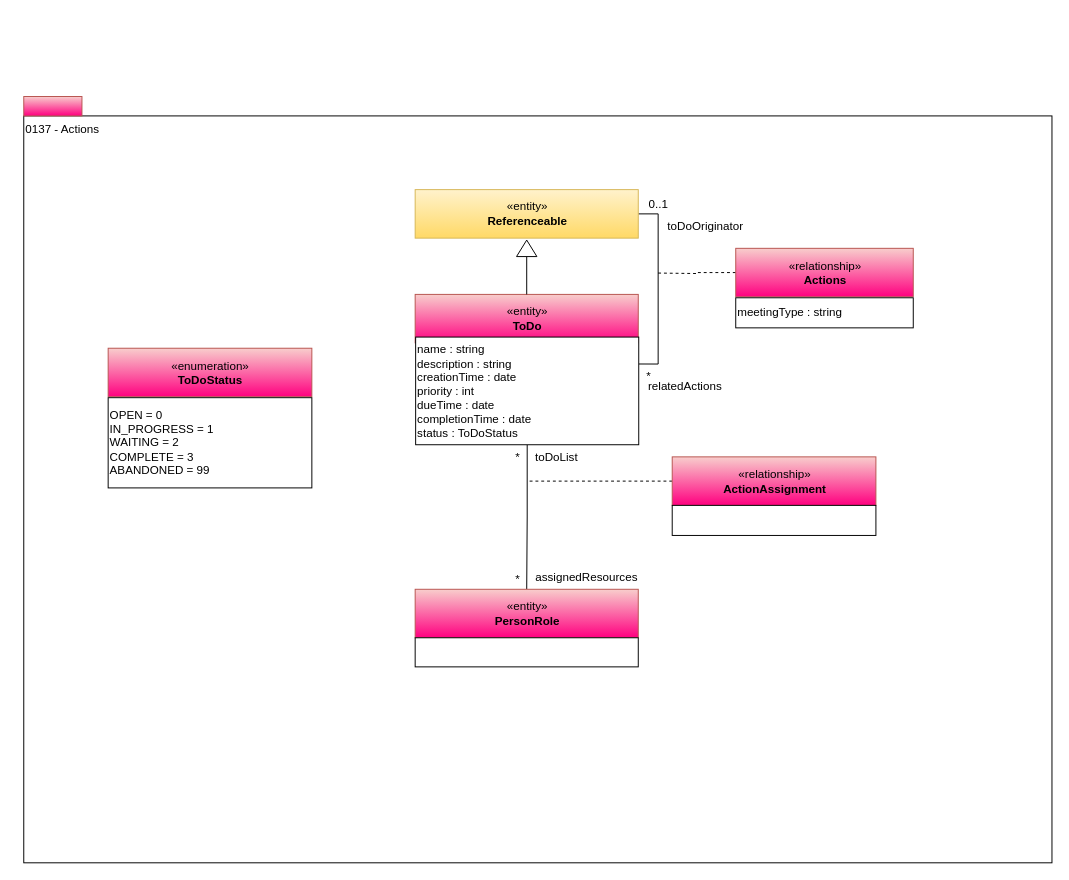
Above: page "0137-Actions" (9 of 13) of open-metadata-publication/website/open-metadata-types/area-1-collaboration.drawio in odpi/egeria (draw.io), before the change. Source tidied: cells renumbered, new cells numbered last; positions are measured from the earlier drawing's top-left corner, leaving out a move shared by most shapes. Both pictures are drawn from the tidied source at 97%, with x=0, y=0 at pixel (23, 96).
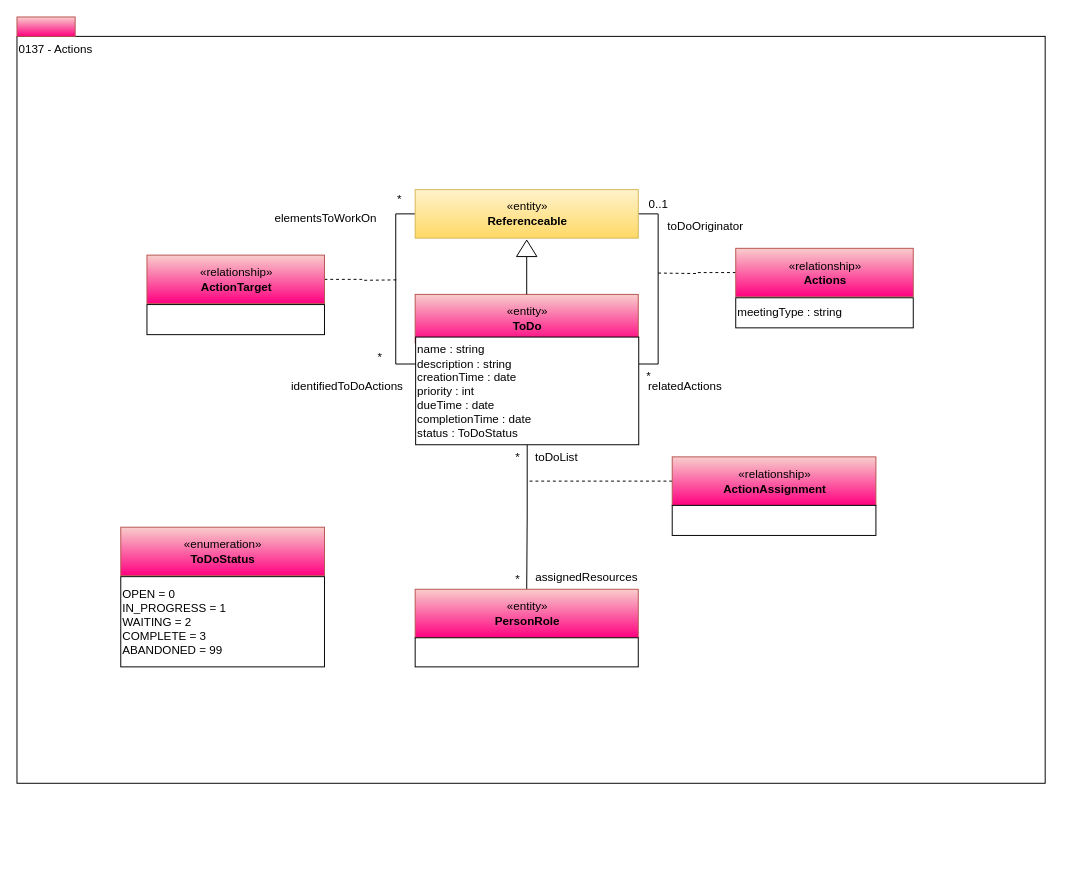
The same diagram, later.

Unchanged cells that the change refers to:
```xml
<mxCell id="7" value="name : string&lt;br&gt;description : string&lt;br&gt;creationTime : date&lt;br&gt;priority : int&lt;br&gt;dueTime : date&lt;br&gt;completionTime : date&lt;br&gt;status : ToDoStatus&lt;br&gt;" style="rounded=0;whiteSpace=wrap;html=1;align=left;" parent="1" vertex="1">
  <mxGeometry x="404" y="248" width="230" height="111" as="geometry" />
</mxCell>
<mxCell id="14" value="«entity»&lt;br&gt;&lt;b&gt;Referenceable&lt;/b&gt;" style="html=1;strokeColor=#d6b656;align=center;fillColor=#fff2cc;gradientColor=#ffd966;" parent="1" vertex="1">
  <mxGeometry x="403.5" y="96" width="230" height="50" as="geometry" />
</mxCell>
```

Diff of the diagram source:
```diff
@@
     <mxCell id="2" value="0137 - Actions" style="rounded=0;whiteSpace=wrap;html=1;align=left;verticalAlign=top;" parent="1" vertex="1">
-      <mxGeometry y="20" width="1060" height="770" as="geometry" />
+      <mxGeometry x="-7" y="-62" width="1060" height="770" as="geometry" />
     </mxCell>
@@
     <mxCell id="4" style="html=1;strokeColor=#b85450;align=center;fillColor=#f8cecc;gradientColor=#FF0080;" parent="1" vertex="1">
-      <mxGeometry width="60" height="20" as="geometry" />
+      <mxGeometry x="-7" y="-82" width="60" height="20" as="geometry" />
     </mxCell>
@@
+    <mxCell id="29" style="edgeStyle=orthogonalEdgeStyle;rounded=0;jettySize=auto;html=1;entryX=0;entryY=0.25;entryDx=0;entryDy=0;endArrow=none;endFill=0;endSize=15;exitX=0;exitY=0.5;exitDx=0;exitDy=0;" parent="1" edge="1" source="14" target="7">
+      <mxGeometry relative="1" as="geometry" />
+    </mxCell>
@@
     <mxCell id="27" value="«enumeration»&lt;br&gt;&lt;span&gt;&lt;b&gt;ToDoStatus&lt;/b&gt;&lt;/span&gt;&lt;br&gt;" style="html=1;strokeColor=#b85450;align=center;fillColor=#f8cecc;gradientColor=#FF0080;" parent="1" vertex="1">
-      <mxGeometry x="87" y="259.5" width="210" height="50" as="geometry" />
+      <mxGeometry x="100" y="444" width="210" height="50" as="geometry" />
     </mxCell>
     <mxCell id="28" value="&lt;div style=&quot;text-align: left&quot;&gt;OPEN = 0&lt;/div&gt;&lt;div style=&quot;text-align: left&quot;&gt;IN_PROGRESS = 1&lt;/div&gt;&lt;div style=&quot;text-align: left&quot;&gt;WAITING = 2&lt;/div&gt;&lt;div style=&quot;text-align: left&quot;&gt;COMPLETE = 3&lt;/div&gt;&lt;div style=&quot;text-align: left&quot;&gt;&lt;span&gt;ABANDONED = 99&lt;/span&gt;&lt;br&gt;&lt;/div&gt;" style="rounded=0;whiteSpace=wrap;html=1;strokeColor=#000000;gradientColor=#ffffff;align=left;" parent="1" vertex="1">
-      <mxGeometry x="87" y="310.5" width="210" height="93" as="geometry" />
+      <mxGeometry x="100" y="495" width="210" height="93" as="geometry" />
     </mxCell>
+    <mxCell id="30" style="edgeStyle=orthogonalEdgeStyle;rounded=0;html=1;exitX=1;exitY=0.5;endArrow=none;endFill=0;jettySize=auto;dashed=1;exitDx=0;exitDy=0;" parent="1" edge="1" source="31">
+      <mxGeometry relative="1" as="geometry">
+        <mxPoint x="387" y="189" as="targetPoint" />
+      </mxGeometry>
+    </mxCell>
+    <mxCell id="31" value="«relationship»&lt;br&gt;&lt;b&gt;ActionTarget&lt;/b&gt;" style="html=1;strokeColor=#b85450;align=center;fillColor=#f8cecc;gradientColor=#FF0080;" parent="1" vertex="1">
+      <mxGeometry x="127" y="163.5" width="183" height="50" as="geometry" />
+    </mxCell>
+    <mxCell id="32" value="*" style="text;html=1;align=center;verticalAlign=top;spacingTop=-4;" parent="1" vertex="1">
+      <mxGeometry x="357" y="259" width="20" height="20" as="geometry" />
+    </mxCell>
+    <mxCell id="33" style="rounded=0;whiteSpace=wrap;html=1;strokeColor=#000000;gradientColor=#ffffff;align=left;" parent="1" vertex="1">
+      <mxGeometry x="127" y="214.5" width="183" height="31" as="geometry" />
+    </mxCell>
+    <mxCell id="34" value="elementsToWorkOn" style="text;html=1;align=left;verticalAlign=top;spacingTop=-4;" parent="1" vertex="1">
+      <mxGeometry x="257" y="116" width="120" height="20" as="geometry" />
+    </mxCell>
+    <mxCell id="35" value="identifiedToDoActions" style="text;html=1;align=left;verticalAlign=top;spacingTop=-4;" parent="1" vertex="1">
+      <mxGeometry x="273.5" y="289" width="130" height="20" as="geometry" />
+    </mxCell>
+    <mxCell id="36" value="*" style="text;html=1;align=center;verticalAlign=top;spacingTop=-4;" parent="1" vertex="1">
+      <mxGeometry x="377" y="96" width="20" height="20" as="geometry" />
+    </mxCell>
```
